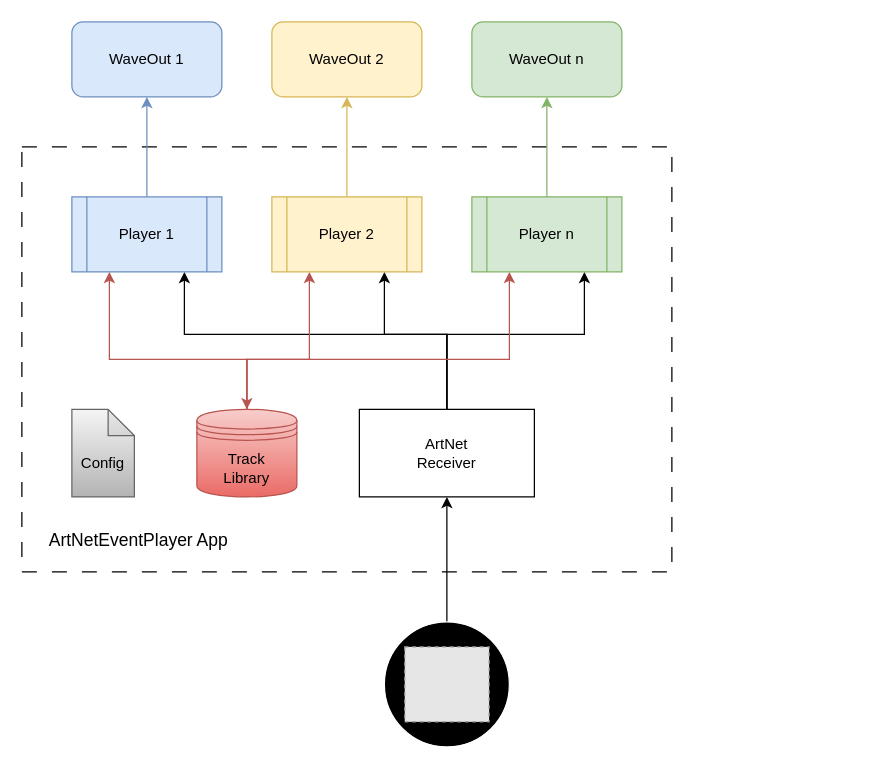
This is docu/overview.drawio from 100prznt/ArtNetEventPlayer, a draw.io file, before an edit. Source tidied: cells renumbered, new cells numbered last; positions are measured from the earlier drawing's top-left corner, leaving out a move shared by most shapes. Both pictures are drawn from the tidied source at 125%, with x=0, y=0 at pixel (21, 21). Pictures stored in the file or linked from it are replaced by grey dashed boxes.
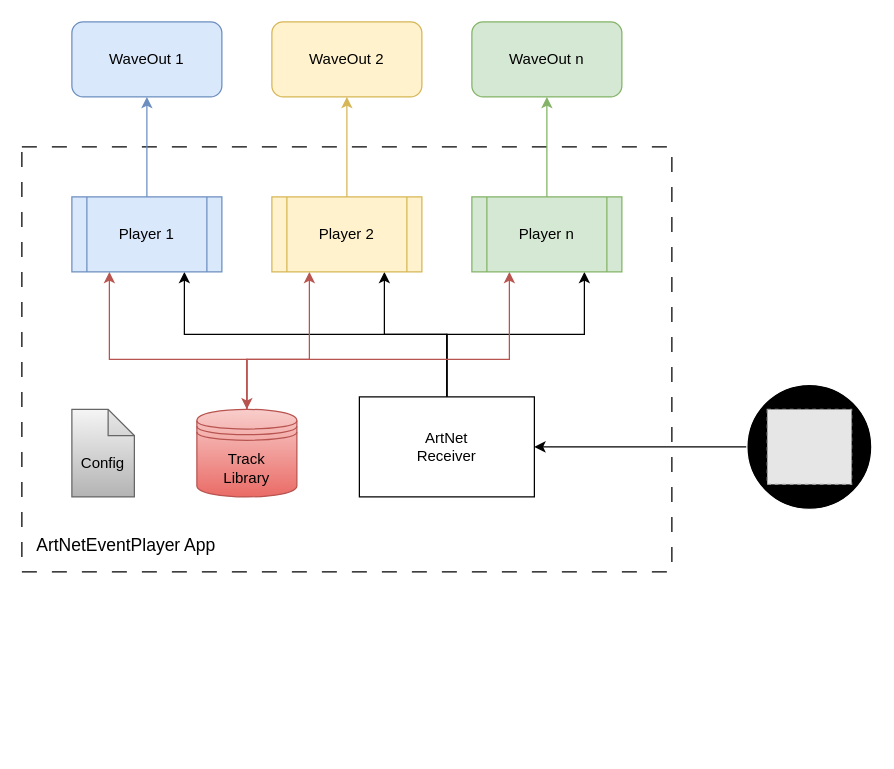
The same page after the edit.

Diff of the diagram source:
```diff
@@
     <mxCell id="6" value="ArtNet&lt;div&gt;Receiver&lt;/div&gt;" style="rounded=0;whiteSpace=wrap;html=1;" parent="1" vertex="1">
-      <mxGeometry x="270" y="310" width="140" height="70" as="geometry" />
+      <mxGeometry x="270" y="300" width="140" height="80" as="geometry" />
     </mxCell>
@@
-    <mxCell id="17" style="edgeStyle=orthogonalEdgeStyle;rounded=0;jettySize=auto;html=1;entryX=0.5;entryY=1;entryDx=0;entryDy=0;" parent="1" edge="1" source="18" target="6">
+    <mxCell id="17" style="edgeStyle=orthogonalEdgeStyle;rounded=0;jettySize=auto;html=1;" parent="1" edge="1" source="18" target="6">
       <mxGeometry relative="1" as="geometry" />
     </mxCell>
     <mxCell id="18" style="ellipse;whiteSpace=wrap;html=1;fillStyle=solid;fillColor=#000000;gradientColor=none;strokeColor=#FFFFFF;" parent="1" vertex="1">
-      <mxGeometry x="290" y="480" width="100" height="100" as="geometry" />
+      <mxGeometry x="580" y="290" width="100" height="100" as="geometry" />
     </mxCell>
@@
     <mxCell id="23" style="fillColor=#E6E6E6;strokeColor=#999999;dashed=1;verticalLabelPosition=bottom;labelBackgroundColor=default;verticalAlign=top;" parent="1" vertex="1">
-      <mxGeometry x="306.3" y="500" width="67.5" height="60" as="geometry" />
+      <mxGeometry x="596.3" y="310" width="67.5" height="60" as="geometry" />
     </mxCell>
-    <mxCell id="24" value="ArtNetEventPlayer App" style="text;strokeColor=none;align=left;fillColor=none;html=1;verticalAlign=middle;whiteSpace=wrap;rounded=0;fontSize=14;" parent="1" vertex="1">
-      <mxGeometry x="20" y="400" width="190" height="30" as="geometry" />
+    <mxCell id="24" value="ArtNetEventPlayer App" style="text;strokeColor=none;align=left;fillColor=none;html=1;verticalAlign=bottom;whiteSpace=wrap;rounded=0;fontSize=14;" parent="1" vertex="1">
+      <mxGeometry x="10" y="400" width="190" height="30" as="geometry" />
     </mxCell>
```
